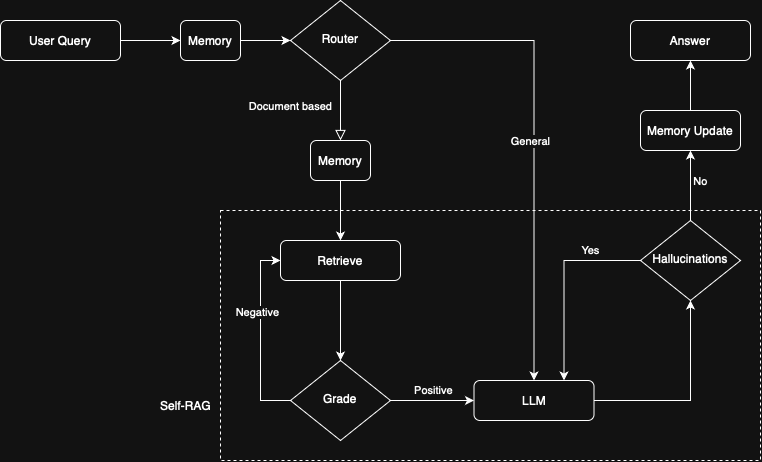
This is images/cardiology-agent-dark.drawio.png from cardiology-gen-ai/agentic-rag, a draw.io export, as it was before one commit. Source tidied: cells renumbered, new cells last; positions are measured from the earlier drawing's top-left corner, leaving out a move shared by most shapes.
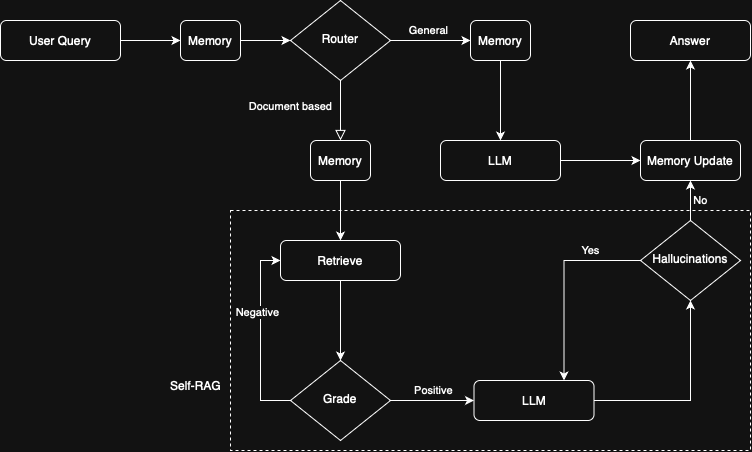
After the commit.

Commit message:
updated agent scheme

The edit, as a diff of the source:
```diff
@@ -11,7 +11,7 @@
     <mxCell id="4" value="Document based" style="rounded=0;html=1;jettySize=auto;fontSize=11;endArrow=block;endFill=0;endSize=8;strokeWidth=1;shadow=0;labelBackgroundColor=none;edgeStyle=orthogonalEdgeStyle;entryX=0.5;entryY=0;entryDx=0;entryDy=0;" parent="1" edge="1" source="7" target="27">
       <mxGeometry x="-0.14" y="-50" relative="1" as="geometry" />
     </mxCell>
-    <mxCell id="5" style="edgeStyle=orthogonalEdgeStyle;rounded=0;jettySize=auto;html=1;exitX=1;exitY=0.5;exitDx=0;exitDy=0;entryX=0.5;entryY=0;entryDx=0;entryDy=0;" parent="1" edge="1" source="7" target="13">
+    <mxCell id="5" style="edgeStyle=orthogonalEdgeStyle;rounded=0;jettySize=auto;html=1;exitX=1;exitY=0.5;exitDx=0;exitDy=0;entryX=0;entryY=0.5;entryDx=0;entryDy=0;" parent="1" edge="1" source="7" target="33">
       <mxGeometry relative="1" as="geometry" />
     </mxCell>
     <mxCell id="6" value="General" style="edgeLabel;html=1;align=center;verticalAlign=middle;" parent="5" vertex="1">
@@ -48,7 +48,7 @@
     </mxCell>
     <mxCell id="16" value="No" style="edgeLabel;html=1;align=center;verticalAlign=middle;" parent="15" vertex="1">
       <mxGeometry x="-0.26" y="-2" relative="1" as="geometry">
-        <mxPoint x="8" y="-14" as="offset" />
+        <mxPoint x="8" y="-5" as="offset" />
       </mxGeometry>
     </mxCell>
     <mxCell id="17" value="Hallucinations" style="rhombus;whiteSpace=wrap;html=1;shadow=0;fontFamily=Helvetica;fontSize=12;align=center;strokeWidth=1;spacing=6;spacingTop=-4;" parent="1" vertex="1">
@@ -58,7 +58,7 @@
       <mxGeometry relative="1" as="geometry" />
     </mxCell>
     <mxCell id="19" value="Memory Update" style="rounded=1;whiteSpace=wrap;html=1;fontSize=12;glass=0;strokeWidth=1;shadow=0;" parent="1" vertex="1">
-      <mxGeometry x="640" y="110" width="100" height="40" as="geometry" />
+      <mxGeometry x="640" y="140" width="100" height="40" as="geometry" />
     </mxCell>
     <mxCell id="20" value="Answer" style="rounded=1;whiteSpace=wrap;html=1;fontSize=12;glass=0;strokeWidth=1;shadow=0;" parent="1" vertex="1">
       <mxGeometry x="630" y="20" width="120" height="40" as="geometry" />
@@ -87,10 +87,22 @@
       <mxGeometry x="310" y="140" width="60" height="40" as="geometry" />
     </mxCell>
     <mxCell id="28" style="rounded=0;whiteSpace=wrap;html=1;fillColor=none;dashed=1;" parent="1" vertex="1">
-      <mxGeometry x="220" y="210" width="540" height="250" as="geometry" />
+      <mxGeometry x="230" y="210" width="520" height="240" as="geometry" />
     </mxCell>
     <mxCell id="29" value="Self-RAG" style="text;html=1;align=center;verticalAlign=middle;strokeColor=none;fillColor=none;" parent="1" vertex="1">
-      <mxGeometry x="150" y="390" width="70" height="30" as="geometry" />
+      <mxGeometry x="160" y="370" width="70" height="30" as="geometry" />
     </mxCell>
+    <mxCell id="30" style="edgeStyle=orthogonalEdgeStyle;rounded=0;jettySize=auto;html=1;exitX=1;exitY=0.5;exitDx=0;exitDy=0;entryX=0;entryY=0.5;entryDx=0;entryDy=0;" parent="1" edge="1" source="31" target="19">
+      <mxGeometry relative="1" as="geometry" />
+    </mxCell>
+    <mxCell id="31" value="LLM" style="rounded=1;whiteSpace=wrap;html=1;fontSize=12;glass=0;strokeWidth=1;shadow=0;" parent="1" vertex="1">
+      <mxGeometry x="440" y="140" width="120" height="40" as="geometry" />
+    </mxCell>
+    <mxCell id="32" style="edgeStyle=orthogonalEdgeStyle;rounded=0;jettySize=auto;html=1;exitX=0.5;exitY=1;exitDx=0;exitDy=0;entryX=0.5;entryY=0;entryDx=0;entryDy=0;" parent="1" edge="1" source="33" target="31">
+      <mxGeometry relative="1" as="geometry" />
+    </mxCell>
+    <mxCell id="33" value="Memory" style="rounded=1;whiteSpace=wrap;html=1;fontSize=12;glass=0;strokeWidth=1;shadow=0;" parent="1" vertex="1">
+      <mxGeometry x="470" y="20" width="60" height="40" as="geometry" />
+    </mxCell>
   </root>
 </mxGraphModel>
```
